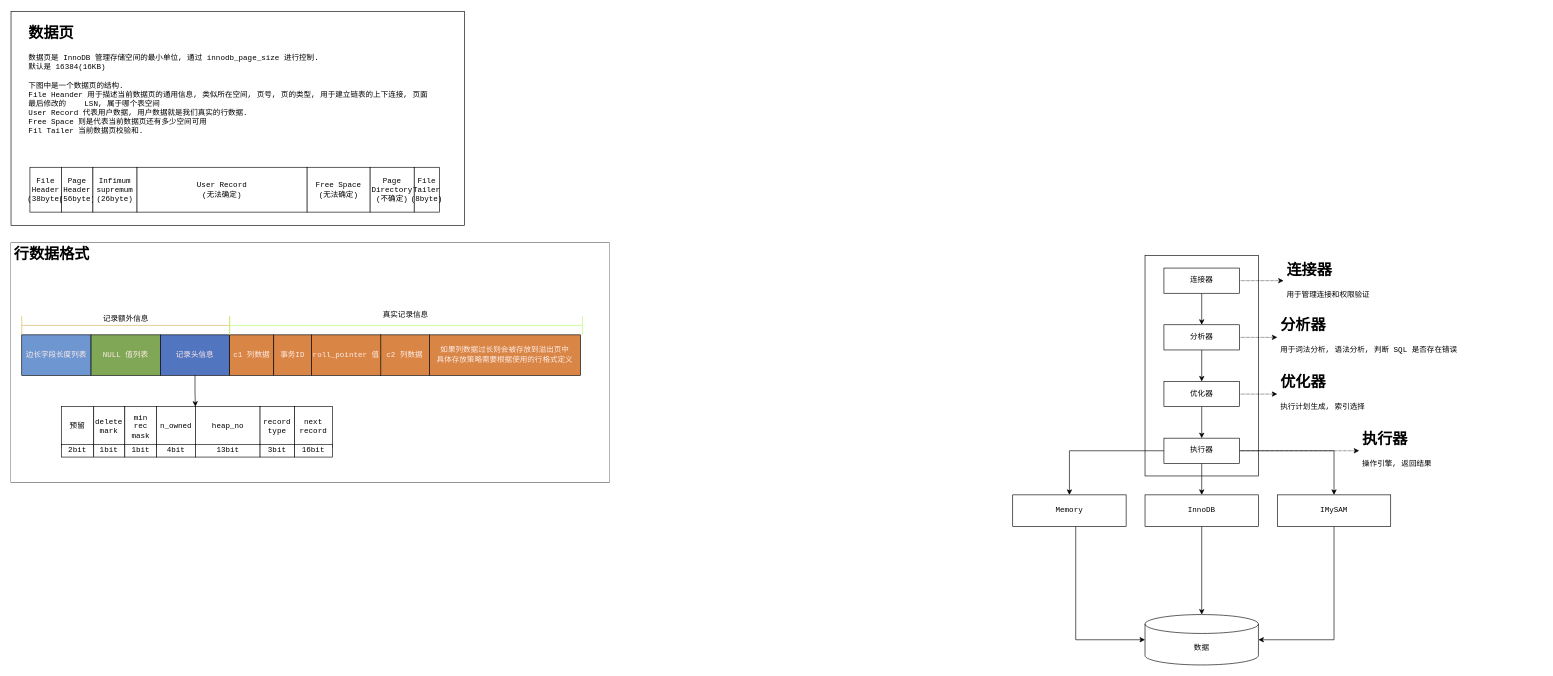
Above: mysql/innodb/未命名绘图.drawio in LJiangTao/drawio (draw.io), before the change. Source tidied: cells renumbered, new cells numbered last; positions are measured from the earlier drawing's top-left corner, leaving out a move shared by most shapes. Both pictures are drawn from the tidied source at 63%, with x=0, y=0 at pixel (11, 11).
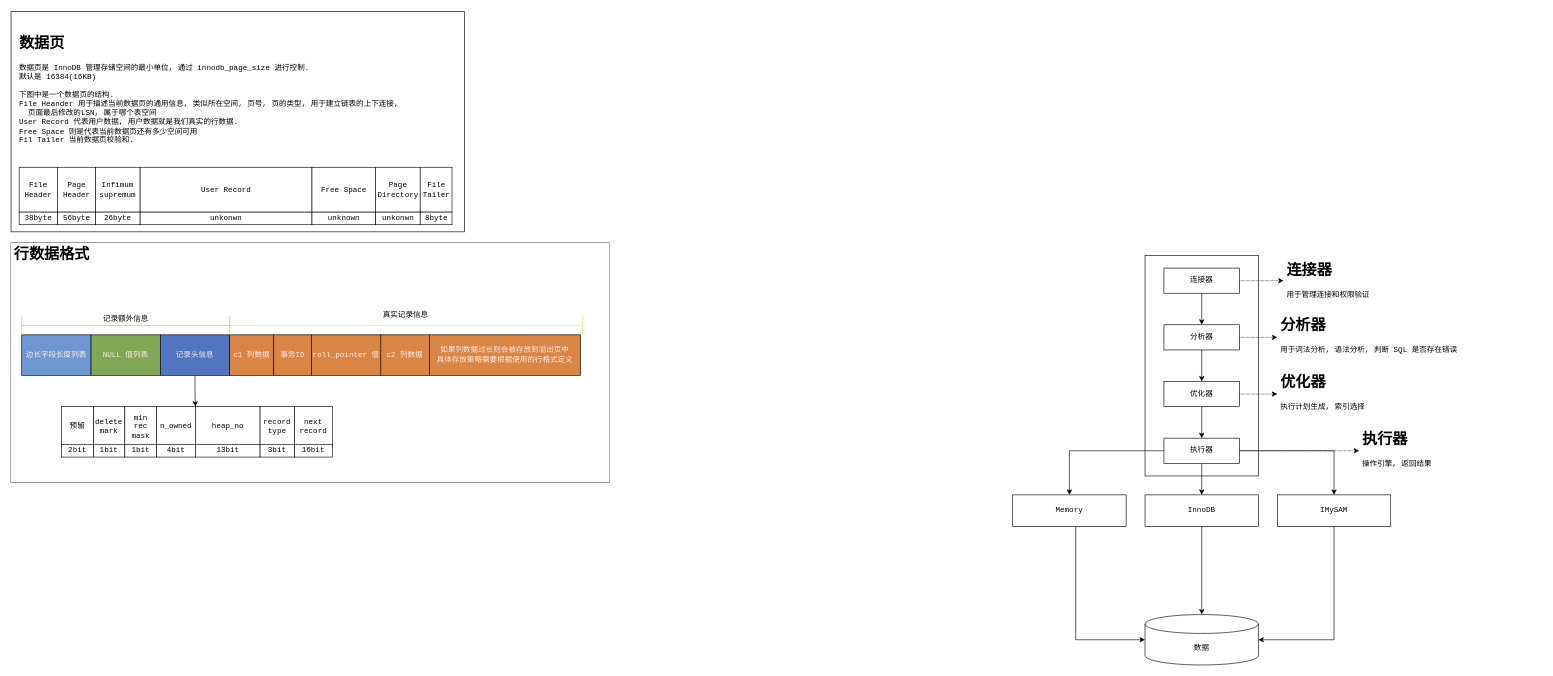
Above is the later version.

The edit, as a diff of the source:
```diff
@@
     <mxCell id="28" style="group;fontFamily=Courier New;labelBackgroundColor=none;" parent="1" vertex="1">
-      <mxGeometry y="0.5" width="1260" height="340" as="geometry" />
+      <mxGeometry y="0.5" width="720" height="350" as="geometry" />
     </mxCell>
     <mxCell id="29" style="rounded=0;whiteSpace=wrap;html=1;labelBackgroundColor=none;fontFamily=Courier New;" parent="28" vertex="1">
-      <mxGeometry width="720" height="340" as="geometry" />
+      <mxGeometry width="720" height="350" as="geometry" />
     </mxCell>
-    <mxCell id="30" value="&lt;h1&gt;数据页&lt;/h1&gt;&lt;div&gt;数据页是 InnoDB 管理存储空间的最小单位, 通过 innodb_page_size 进行控制.&amp;nbsp;&lt;/div&gt;&lt;div&gt;默认是 16384(16KB)&lt;/div&gt;&lt;div&gt;&lt;br&gt;&lt;/div&gt;&lt;div&gt;下图中是一个数据页的结构.&lt;/div&gt;&lt;div&gt;File Heander 用于描述当前数据页的通用信息, 类似所在空间, 页号, 页的类型, 用于建立链表的上下连接, 页面最后修改的 &lt;span style=&quot;white-space: pre;&quot;&gt; &lt;/span&gt;&lt;span style=&quot;white-space: pre;&quot;&gt; &lt;/span&gt;&lt;span style=&quot;white-space: pre;&quot;&gt; &lt;/span&gt;LSN, 属于哪个表空间&lt;/div&gt;&lt;div&gt;User Record 代表用户数据, 用户数据就是我们真实的行数据.&lt;/div&gt;&lt;div&gt;Free Space 则是代表当前数据页还有多少空间可用&lt;/div&gt;&lt;div&gt;Fil Tailer 当前数据页校验和.&lt;/div&gt;&lt;div&gt;&lt;br&gt;&lt;/div&gt;" style="text;html=1;strokeColor=none;fillColor=none;spacing=5;spacingTop=-20;whiteSpace=wrap;overflow=hidden;rounded=0;labelBackgroundColor=none;fontFamily=Courier New;" parent="28" vertex="1">
-      <mxGeometry x="22.5" y="17.7" width="647.5" height="202.3" as="geometry" />
+    <mxCell id="30" value="&lt;h1&gt;数据页&lt;/h1&gt;&lt;div&gt;数据页是 InnoDB 管理存储空间的最小单位, 通过 innodb_page_size 进行控制.&amp;nbsp;&lt;/div&gt;&lt;div&gt;默认是 16384(16KB)&lt;/div&gt;&lt;div&gt;&lt;br&gt;&lt;/div&gt;&lt;div&gt;下图中是一个数据页的结构.&lt;/div&gt;&lt;div&gt;File Heander 用于描述当前数据页的通用信息, 类似所在空间, 页号, 页的类型, 用于建立链表的上下连接, &lt;span style=&quot;white-space: pre;&quot;&gt; &lt;/span&gt;&amp;nbsp;页面最后修改的LSN, 属于哪个表空间&lt;/div&gt;&lt;div&gt;User Record 代表用户数据, 用户数据就是我们真实的行数据.&lt;/div&gt;&lt;div&gt;Free Space 则是代表当前数据页还有多少空间可用&lt;/div&gt;&lt;div&gt;Fil Tailer 当前数据页校验和.&lt;/div&gt;&lt;div&gt;&lt;br&gt;&lt;/div&gt;" style="text;html=1;strokeColor=none;fillColor=none;spacing=0;spacingTop=0;whiteSpace=wrap;overflow=hidden;rounded=0;labelBackgroundColor=none;fontFamily=Courier New;" parent="28" vertex="1">
+      <mxGeometry x="12.9" y="17.7" width="607.1" height="212.3" as="geometry" />
     </mxCell>
+    <mxCell id="71" style="group;" parent="28" vertex="1">
+      <mxGeometry x="12.9" y="247.5" width="687.1" height="91.2" as="geometry" />
+    </mxCell>
-    <mxCell id="31" style="group;fontFamily=Courier New;labelBackgroundColor=none;" parent="28" vertex="1">
-      <mxGeometry x="30" y="247.5" width="650" height="71.2" as="geometry" />
+    <mxCell id="31" style="group;fontFamily=Courier New;labelBackgroundColor=none;" parent="71" vertex="1">
+      <mxGeometry width="687.1" height="71.2" as="geometry" />
     </mxCell>
-    <mxCell id="32" value="File&lt;br&gt;Header&lt;br&gt;(38byte)" style="rounded=0;whiteSpace=wrap;html=1;labelBackgroundColor=none;fontFamily=Courier New;" parent="31" vertex="1">
-      <mxGeometry width="50" height="71.2" as="geometry" />
+    <mxCell id="32" value="File&lt;br&gt;Header" style="rounded=0;whiteSpace=wrap;html=1;labelBackgroundColor=none;fontFamily=Courier New;" parent="31" vertex="1">
+      <mxGeometry width="60.6" height="71.2" as="geometry" />
     </mxCell>
+    <mxCell id="37" value="Page&lt;br&gt;Directory" style="rounded=0;whiteSpace=wrap;html=1;labelBackgroundColor=none;fontFamily=Courier New;" parent="31" vertex="1">
+      <mxGeometry x="565.9" width="70.7" height="71.2" as="geometry" />
+    </mxCell>
+    <mxCell id="38" value="File&lt;br&gt;Tailer" style="rounded=0;whiteSpace=wrap;html=1;labelBackgroundColor=none;fontFamily=Courier New;" parent="31" vertex="1">
+      <mxGeometry x="636.6" width="50.5" height="71.2" as="geometry" />
+    </mxCell>
-    <mxCell id="33" value="Page&lt;br&gt;Header&lt;br&gt;(56byte)" style="rounded=0;whiteSpace=wrap;html=1;labelBackgroundColor=none;fontFamily=Courier New;" parent="31" vertex="1">
-      <mxGeometry x="50" width="50" height="71.2" as="geometry" />
+    <mxCell id="33" value="Page&lt;br&gt;Header" style="rounded=0;whiteSpace=wrap;html=1;labelBackgroundColor=none;fontFamily=Courier New;" parent="71" vertex="1">
+      <mxGeometry x="60.6" width="60.6" height="71.2" as="geometry" />
     </mxCell>
-    <mxCell id="34" value="Infimum&lt;br&gt;supremum&lt;br&gt;(26byte)" style="rounded=0;whiteSpace=wrap;html=1;labelBackgroundColor=none;fontFamily=Courier New;" parent="31" vertex="1">
-      <mxGeometry x="100" width="70" height="71.2" as="geometry" />
+    <mxCell id="34" value="Infimum&lt;br&gt;supremum" style="rounded=0;whiteSpace=wrap;html=1;labelBackgroundColor=none;fontFamily=Courier New;" parent="71" vertex="1">
+      <mxGeometry x="121.3" width="70.7" height="71.2" as="geometry" />
     </mxCell>
-    <mxCell id="35" value="User Record&lt;br&gt;(无法确定)" style="rounded=0;whiteSpace=wrap;html=1;labelBackgroundColor=none;fontFamily=Courier New;" parent="31" vertex="1">
-      <mxGeometry x="170" width="270" height="71.2" as="geometry" />
+    <mxCell id="35" value="User Record" style="rounded=0;whiteSpace=wrap;html=1;labelBackgroundColor=none;fontFamily=Courier New;" parent="71" vertex="1">
+      <mxGeometry x="192" width="272.8" height="71.2" as="geometry" />
     </mxCell>
-    <mxCell id="36" value="Free Space&lt;br&gt;(无法确定)" style="rounded=0;whiteSpace=wrap;html=1;labelBackgroundColor=none;fontFamily=Courier New;" parent="31" vertex="1">
-      <mxGeometry x="440" width="100" height="71.2" as="geometry" />
+    <mxCell id="36" value="Free Space" style="rounded=0;whiteSpace=wrap;html=1;labelBackgroundColor=none;fontFamily=Courier New;" parent="71" vertex="1">
+      <mxGeometry x="464.8" width="101" height="71.2" as="geometry" />
     </mxCell>
-    <mxCell id="37" value="Page&lt;br&gt;Directory&lt;br&gt;(不确定)" style="rounded=0;whiteSpace=wrap;html=1;labelBackgroundColor=none;fontFamily=Courier New;" parent="31" vertex="1">
-      <mxGeometry x="540" width="70" height="71.2" as="geometry" />
-    </mxCell>
-    <mxCell id="38" value="File&lt;br&gt;Tailer&lt;br&gt;(8byte)" style="rounded=0;whiteSpace=wrap;html=1;labelBackgroundColor=none;fontFamily=Courier New;" parent="31" vertex="1">
-      <mxGeometry x="610" width="40" height="71.2" as="geometry" />
-    </mxCell>
+    <mxCell id="72" style="group;" parent="71" vertex="1">
+      <mxGeometry y="71.2" width="687.1" height="20" as="geometry" />
+    </mxCell>
+    <mxCell id="73" value="56byte" style="rounded=0;whiteSpace=wrap;html=1;labelBackgroundColor=none;fontFamily=Courier New;" parent="72" vertex="1">
+      <mxGeometry x="60.6" width="60.6" height="20" as="geometry" />
+    </mxCell>
+    <mxCell id="74" value="26byte" style="rounded=0;whiteSpace=wrap;html=1;labelBackgroundColor=none;fontFamily=Courier New;" parent="72" vertex="1">
+      <mxGeometry x="121.3" width="70.7" height="20" as="geometry" />
+    </mxCell>
+    <mxCell id="75" value="unkonwn" style="rounded=0;whiteSpace=wrap;html=1;labelBackgroundColor=none;fontFamily=Courier New;" parent="72" vertex="1">
+      <mxGeometry x="192" width="272.8" height="20" as="geometry" />
+    </mxCell>
+    <mxCell id="76" value="unknown" style="rounded=0;whiteSpace=wrap;html=1;labelBackgroundColor=none;fontFamily=Courier New;" parent="72" vertex="1">
+      <mxGeometry x="464.8" width="101" height="20" as="geometry" />
+    </mxCell>
+    <mxCell id="77" value="38byte" style="rounded=0;whiteSpace=wrap;html=1;labelBackgroundColor=none;fontFamily=Courier New;" parent="72" vertex="1">
+      <mxGeometry width="60.6" height="20" as="geometry" />
+    </mxCell>
+    <mxCell id="78" value="unkonwn" style="rounded=0;whiteSpace=wrap;html=1;labelBackgroundColor=none;fontFamily=Courier New;" parent="72" vertex="1">
+      <mxGeometry x="565.9" width="70.7" height="20" as="geometry" />
+    </mxCell>
+    <mxCell id="79" value="8byte" style="rounded=0;whiteSpace=wrap;html=1;labelBackgroundColor=none;fontFamily=Courier New;" parent="72" vertex="1">
+      <mxGeometry x="636.6" width="50.5" height="20" as="geometry" />
+    </mxCell>
```
